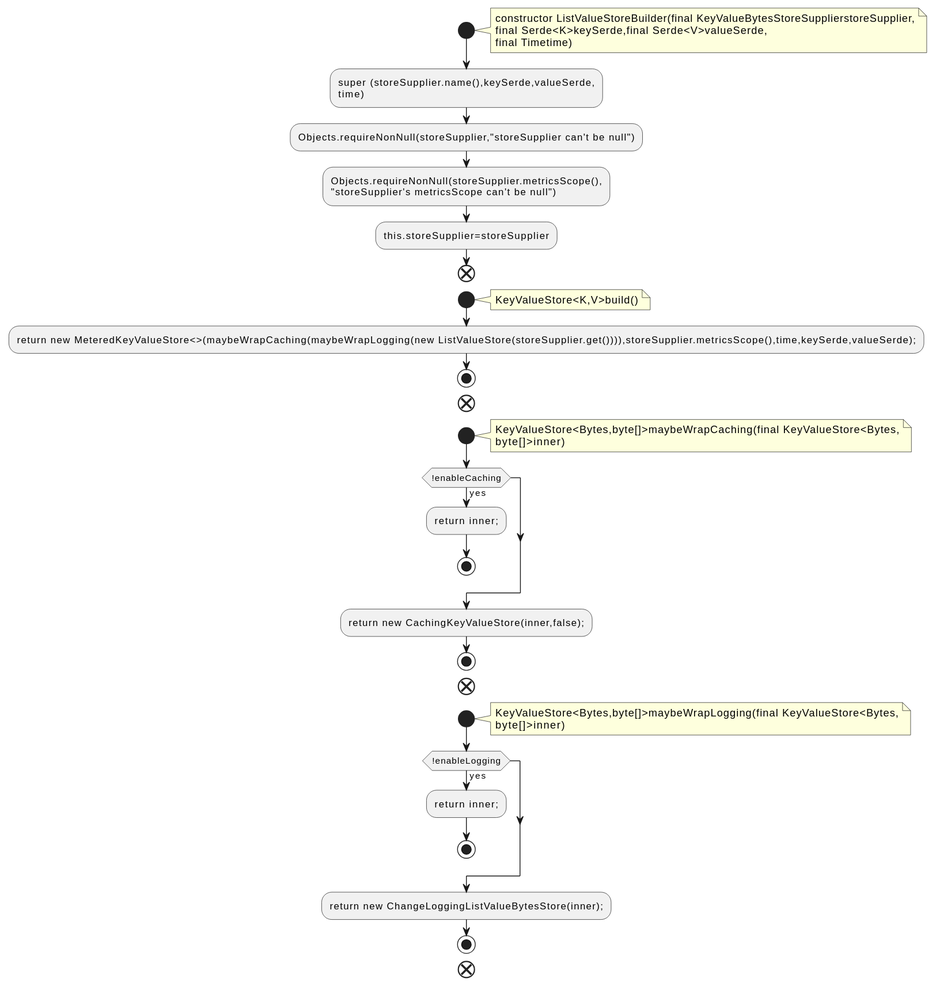
This is docs/qc/streams/src/main/java/org/apache/kafka/streams/state/internals/ListValueStoreBuilder.java.fct.svg from qualitesys/kafka, a PlantUML export, as it was before one commit.
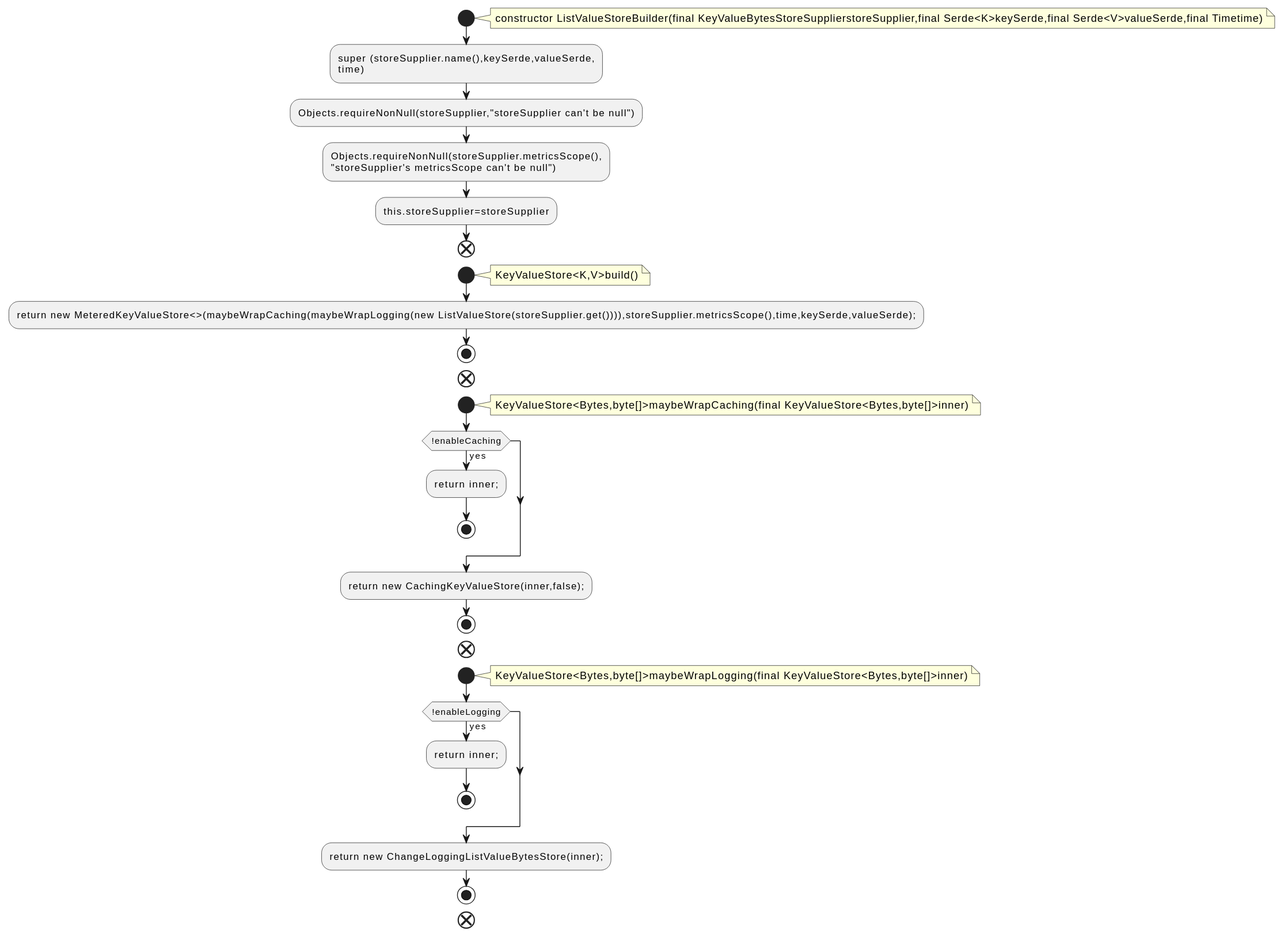
After the change.

What changed in the source:
```diff
@@ -2,9 +2,7 @@
 !pragma layout smetana
 start
 note right
-constructor ListValueStoreBuilder(final KeyValueBytesStoreSupplierstoreSupplier,
-final Serde<K>keySerde,final Serde<V>valueSerde,
-final Timetime)
+constructor ListValueStoreBuilder(final KeyValueBytesStoreSupplierstoreSupplier,final Serde<K>keySerde,final Serde<V>valueSerde,final Timetime)
 end note
 :super (storeSupplier.name(),keySerde,valueSerde,
 time);
@@ -22,8 +20,7 @@
 end
 start
 note right
-KeyValueStore<Bytes,byte[]>maybeWrapCaching(final KeyValueStore<Bytes,
-byte[]>inner)
+KeyValueStore<Bytes,byte[]>maybeWrapCaching(final KeyValueStore<Bytes,byte[]>inner)
 end note
 if (!enableCaching) then (yes)
 :return inner;;
@@ -34,8 +31,7 @@
 end
 start
 note right
-KeyValueStore<Bytes,byte[]>maybeWrapLogging(final KeyValueStore<Bytes,
-byte[]>inner)
+KeyValueStore<Bytes,byte[]>maybeWrapLogging(final KeyValueStore<Bytes,byte[]>inner)
 end note
 if (!enableLogging) then (yes)
 :return inner;;
```
